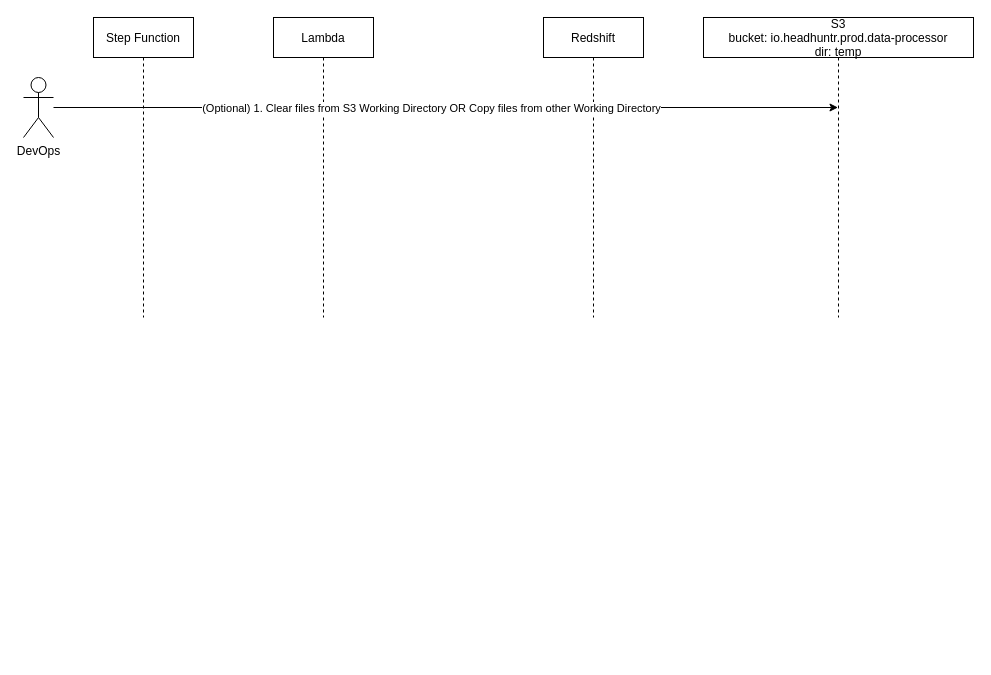
Earlier version of the draw.io diagram Data Reload.drawio (Headhuntr-IO/headhuntr-io). Source tidied: cells renumbered, new cells numbered last; positions are measured from the earlier drawing's top-left corner, leaving out a move shared by most shapes. Both pictures are drawn from the tidied source at 100%, with x=0, y=0 at pixel (23, 17).
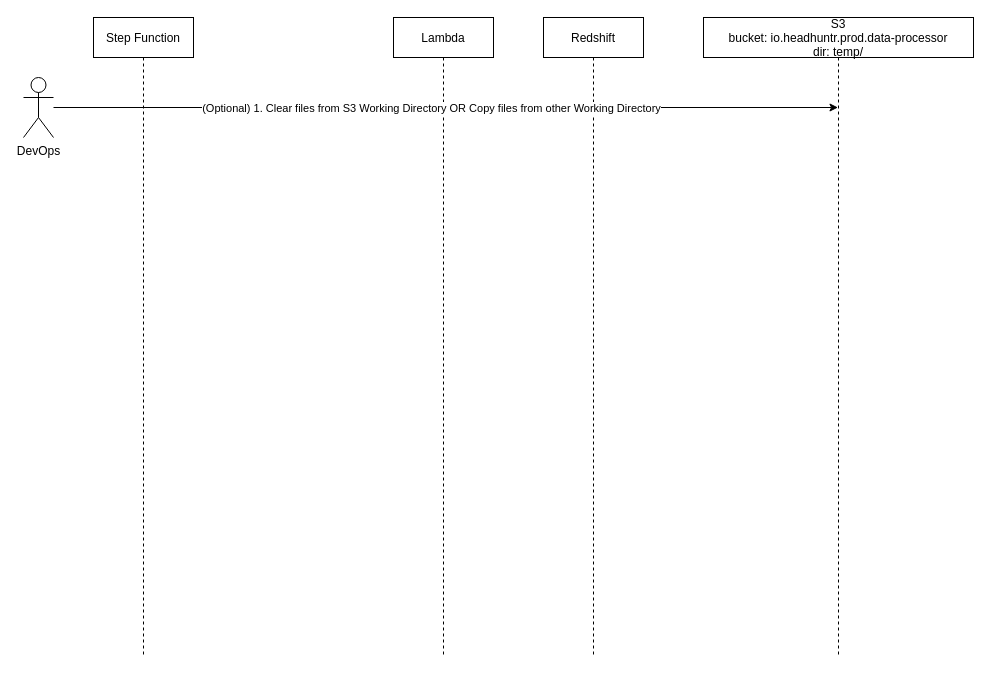
The same page after the edit.

The edit, as a diff of the source:
```diff
@@
 <mxGraphModel>
   <root>
     <mxCell id="0" />
     <mxCell id="1" parent="0" />
     <mxCell id="2" value="Step Function" style="shape=umlLifeline;perimeter=lifelinePerimeter;rounded=0;shadow=0;strokeWidth=1;" parent="1" vertex="1">
-      <mxGeometry x="70" width="100" height="300" as="geometry" />
+      <mxGeometry x="70" width="100" height="640" as="geometry" />
     </mxCell>
     <mxCell id="3" value="Lambda" style="shape=umlLifeline;perimeter=lifelinePerimeter;rounded=0;shadow=0;strokeWidth=1;" parent="1" vertex="1">
-      <mxGeometry x="250" width="100" height="300" as="geometry" />
+      <mxGeometry x="370" width="100" height="640" as="geometry" />
     </mxCell>
     <mxCell id="4" value="Redshift" style="shape=umlLifeline;perimeter=lifelinePerimeter;rounded=0;shadow=0;strokeWidth=1;" parent="1" vertex="1">
-      <mxGeometry x="520" width="100" height="300" as="geometry" />
+      <mxGeometry x="520" width="100" height="640" as="geometry" />
     </mxCell>
-    <mxCell id="5" value="S3&#10;bucket: io.headhuntr.prod.data-processor&#10;dir: temp" style="shape=umlLifeline;perimeter=lifelinePerimeter;rounded=0;shadow=0;strokeWidth=1;" parent="1" vertex="1">
-      <mxGeometry x="680" width="270" height="300" as="geometry" />
+    <mxCell id="5" value="S3&#10;bucket: io.headhuntr.prod.data-processor&#10;dir: temp/" style="shape=umlLifeline;perimeter=lifelinePerimeter;rounded=0;shadow=0;strokeWidth=1;" parent="1" vertex="1">
+      <mxGeometry x="680" width="270" height="640" as="geometry" />
     </mxCell>
     <mxCell id="6" value="DevOps" style="shape=umlActor;verticalLabelPosition=bottom;verticalAlign=top;html=1;outlineConnect=0;" parent="1" vertex="1">
       <mxGeometry y="60" width="30" height="60" as="geometry" />
     </mxCell>
     <mxCell id="7" style="endArrow=classic;html=1;rounded=0;" parent="1" edge="1" source="6" target="5">
       <mxGeometry relative="1" as="geometry" />
     </mxCell>
     <mxCell id="8" value="(Optional) 1. Clear files from S3 Working Directory OR Copy files from other Working Directory" style="edgeLabel;html=1;align=center;verticalAlign=middle;" parent="7" vertex="1">
       <mxGeometry x="-0.04" relative="1" as="geometry" />
     </mxCell>
   </root>
 </mxGraphModel>
```
